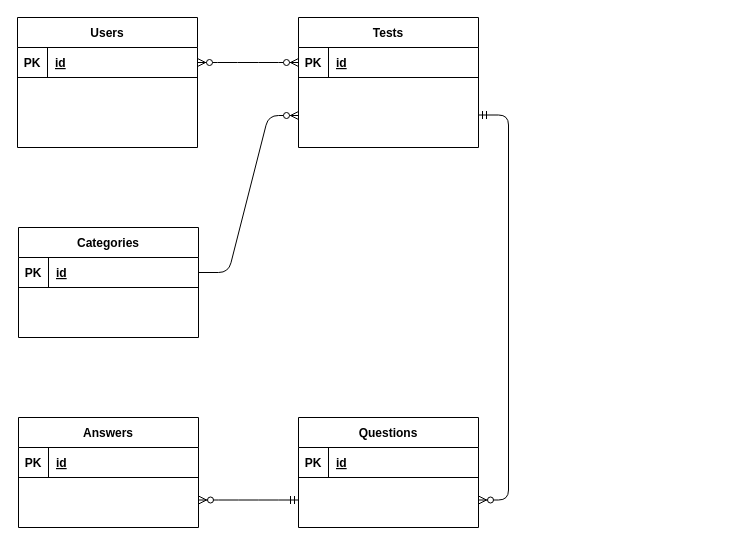
Above: non_project_data/ER_diagram_rails.drawio in Kagayakashi/learn_rails (draw.io), before the change. Source tidied: cells renumbered, new cells numbered last; positions are measured from the earlier drawing's top-left corner, leaving out a move shared by most shapes. Both pictures are drawn from the tidied source at 100%, with x=0, y=0 at pixel (17, 17).
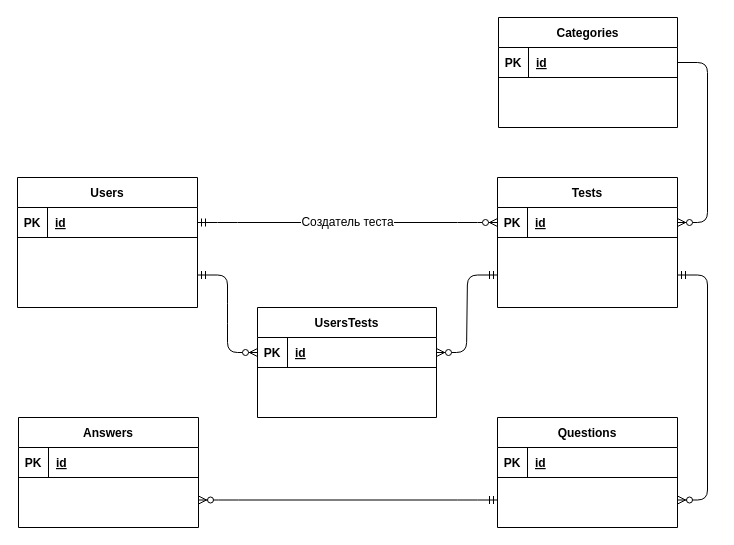
Above is the later version.

Unchanged cells that the change refers to:
```xml
<mxCell id="7" style="shape=partialRectangle;fillColor=none;top=0;left=0;bottom=1;right=0;points=[[0,0.5],[1,0.5]];portConstraint=eastwest;" parent="6" vertex="1">
  <mxGeometry y="30" width="180" height="30" as="geometry" />
</mxCell>
<mxCell id="11" style="shape=partialRectangle;fillColor=none;top=0;left=0;bottom=1;right=0;points=[[0,0.5],[1,0.5]];portConstraint=eastwest;" parent="10" vertex="1">
  <mxGeometry y="30" width="180" height="30" as="geometry" />
</mxCell>
```

The edit, as a diff of the source:
```diff
@@
     <mxCell id="2" value="Categories" style="shape=table;startSize=30;childLayout=tableLayout;rowLines=0;fontStyle=1;align=center;" parent="1" vertex="1">
-      <mxGeometry x="1" y="210" width="180" height="110" as="geometry" />
+      <mxGeometry x="481" width="179" height="110" as="geometry" />
     </mxCell>
     <mxCell id="3" style="shape=partialRectangle;fillColor=none;top=0;left=0;bottom=1;right=0;points=[[0,0.5],[1,0.5]];portConstraint=eastwest;" parent="2" vertex="1">
-      <mxGeometry y="30" width="180" height="30" as="geometry" />
+      <mxGeometry y="30" width="179" height="30" as="geometry" />
     </mxCell>
@@
     <mxCell id="5" value="id" style="shape=partialRectangle;fillColor=none;top=0;left=0;bottom=0;right=0;align=left;spacingLeft=6;fontStyle=5;overflow=hidden;" parent="3" vertex="1">
-      <mxGeometry x="30" width="150" height="30" as="geometry" />
+      <mxGeometry x="30" width="149" height="30" as="geometry" />
     </mxCell>
     <mxCell id="6" value="Tests" style="shape=table;startSize=30;childLayout=tableLayout;rowLines=0;fontStyle=1;align=center;" parent="1" vertex="1">
-      <mxGeometry x="281" width="180" height="130" as="geometry" />
+      <mxGeometry x="480" y="160" width="180" height="130" as="geometry" />
     </mxCell>
@@
     <mxCell id="10" value="Users" style="shape=table;startSize=30;childLayout=tableLayout;rowLines=0;fontStyle=1;align=center;" parent="1" vertex="1">
-      <mxGeometry width="180" height="130" as="geometry" />
+      <mxGeometry y="160" width="180" height="130" as="geometry" />
     </mxCell>
@@
     <mxCell id="14" value="Questions" style="shape=table;startSize=30;childLayout=tableLayout;rowLines=0;fontStyle=1;align=center;" parent="1" vertex="1">
-      <mxGeometry x="281" y="400" width="180" height="110" as="geometry" />
+      <mxGeometry x="480" y="400" width="180" height="110" as="geometry" />
     </mxCell>
@@
-    <mxCell id="22" style="edgeStyle=entityRelationEdgeStyle;fontSize=12;html=1;endArrow=ERzeroToMany;endFill=1;startArrow=ERzeroToMany;exitX=1;exitY=0.5;exitDx=0;exitDy=0;entryX=0;entryY=0.5;entryDx=0;entryDy=0;" parent="1" edge="1" source="11" target="7">
-      <mxGeometry relative="1" as="geometry" />
-    </mxCell>
-    <mxCell id="23" style="edgeStyle=entityRelationEdgeStyle;fontSize=12;html=1;endArrow=ERzeroToMany;endFill=1;exitX=1;exitY=0.5;exitDx=0;exitDy=0;" parent="1" edge="1" source="3">
-      <mxGeometry relative="1" as="geometry">
-        <mxPoint x="281" y="98" as="targetPoint" />
-      </mxGeometry>
+    <mxCell id="23" style="edgeStyle=entityRelationEdgeStyle;fontSize=12;html=1;endArrow=ERzeroToMany;endFill=1;exitX=1;exitY=0.5;exitDx=0;exitDy=0;entryX=1;entryY=0.5;entryDx=0;entryDy=0;" parent="1" edge="1" source="3" target="7">
+      <mxGeometry relative="1" as="geometry" />
     </mxCell>
@@
+    <mxCell id="26" value="UsersTests" style="shape=table;startSize=30;childLayout=tableLayout;rowLines=0;fontStyle=1;align=center;" parent="1" vertex="1">
+      <mxGeometry x="240" y="290" width="179" height="110" as="geometry" />
+    </mxCell>
+    <mxCell id="27" style="shape=partialRectangle;fillColor=none;top=0;left=0;bottom=1;right=0;points=[[0,0.5],[1,0.5]];portConstraint=eastwest;" parent="26" vertex="1">
+      <mxGeometry y="30" width="179" height="30" as="geometry" />
+    </mxCell>
+    <mxCell id="28" value="PK" style="shape=partialRectangle;fillColor=none;top=0;left=0;bottom=0;right=0;fontStyle=1;overflow=hidden;" parent="27" vertex="1">
+      <mxGeometry width="30" height="30" as="geometry" />
+    </mxCell>
+    <mxCell id="29" value="id" style="shape=partialRectangle;fillColor=none;top=0;left=0;bottom=0;right=0;align=left;spacingLeft=6;fontStyle=5;overflow=hidden;" parent="27" vertex="1">
+      <mxGeometry x="30" width="149" height="30" as="geometry" />
+    </mxCell>
+    <mxCell id="30" style="edgeStyle=entityRelationEdgeStyle;fontSize=12;html=1;endArrow=ERzeroToMany;startArrow=ERmandOne;exitX=1;exitY=0.75;exitDx=0;exitDy=0;entryX=0;entryY=0.5;entryDx=0;entryDy=0;" parent="1" edge="1" source="10" target="27">
+      <mxGeometry relative="1" as="geometry" />
+    </mxCell>
+    <mxCell id="31" style="edgeStyle=entityRelationEdgeStyle;fontSize=12;html=1;endArrow=ERzeroToMany;startArrow=ERmandOne;exitX=0;exitY=0.75;exitDx=0;exitDy=0;entryX=1;entryY=0.5;entryDx=0;entryDy=0;" parent="1" edge="1" source="6" target="27">
+      <mxGeometry relative="1" as="geometry" />
+    </mxCell>
+    <mxCell id="22" value="Создатель теста" style="edgeStyle=entityRelationEdgeStyle;fontSize=12;html=1;endArrow=ERzeroToMany;startArrow=ERmandOne;exitX=1;exitY=0.5;exitDx=0;exitDy=0;entryX=0;entryY=0.5;entryDx=0;entryDy=0;" parent="1" edge="1" source="11" target="7">
+      <mxGeometry relative="1" as="geometry" />
+    </mxCell>
```
